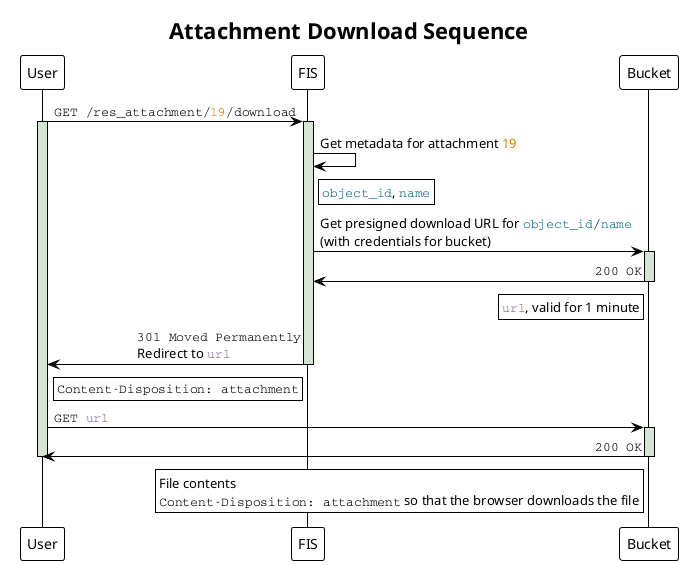
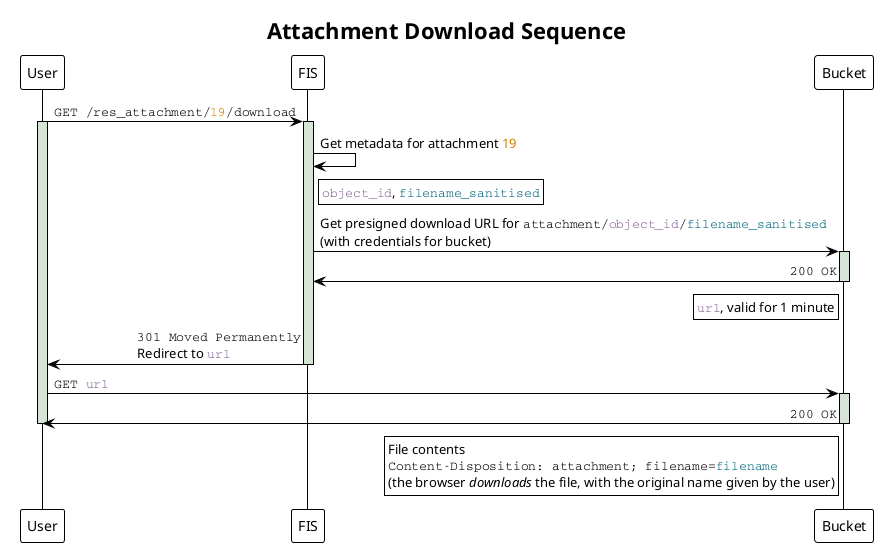
@startuml attachment_download_sequence
!theme plain

title Attachment Download Sequence

skinparam LifelineStrategy solid
skinparam SequenceMessageAlign direction

participant User as user
participant "FIS" as fis
participant Bucket as bucket

user -> fis: ""GET /res_attachment/<color #d58000>19</color>/download""
activate fis #d6e4d5
activate user #d6e4d5

fis -> fis: Get metadata for attachment <color #d58000>19</color>
rnote right of fis
- ""<color #05677d>object_id</color>"", ""<color #05677d>name</color>""
+ ""<color #886599>object_id</color>"", ""<color #05677d>filename_sanitised</color>""
end note

fis -> bucket:\
- Get presigned download URL for ""<color #05677d>object_id</color>/<color #05677d>name</color>""\n\
+ Get presigned download URL for ""attachment/<color #886599>object_id</color>/<color #05677d>filename_sanitised</color>""\n\
(with credentials for bucket)
activate bucket #d6e4d5

bucket -> fis: ""200 OK""
rnote left of bucket
""<color #886599>url</color>"", valid for 1 minute
end note
deactivate bucket

fis -> user:\
""301 Moved Permanently""\n\
Redirect to ""<color #886599>url</color>""
- rnote left of fis
- ""Content-Disposition: attachment""
- end note
deactivate fis

user -> bucket: ""GET <color #886599>url</color>""
activate bucket #d6e4d5
bucket -> user: ""200 OK""
deactivate bucket
deactivate user
rnote left of bucket
File contents
- ""Content-Disposition: attachment"" so that the browser downloads the file
+ ""Content-Disposition: attachment; filename=<color #05677d>filename</color>""
+ (the browser <i>downloads</i> the file, with the original name given by the user)
end note

@enduml
